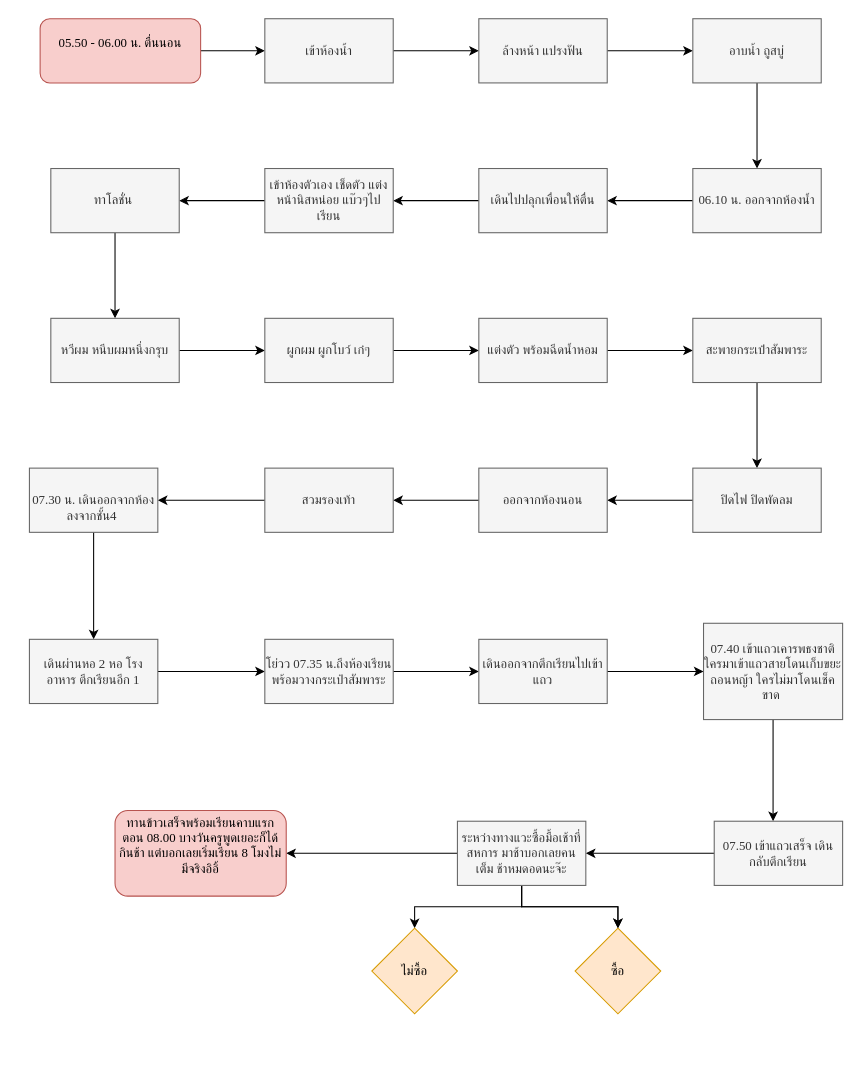
Earlier version of the draw.io diagram Untitled Diagram.drawio (porzsche/suchanan-porsche). Source tidied: cells renumbered, new cells numbered last; positions are measured from the earlier drawing's top-left corner, leaving out a move shared by most shapes. Both pictures are drawn from the tidied source at 107%, with x=0, y=0 at pixel (29, 18).
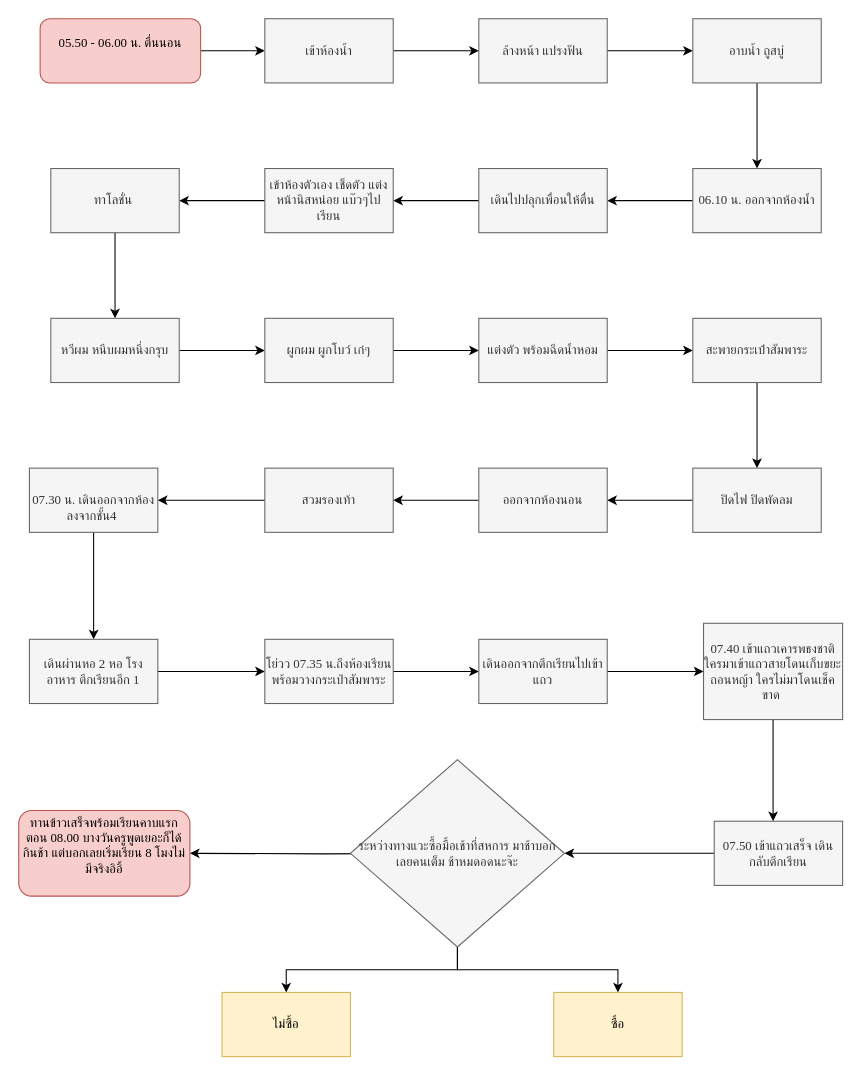
After the change.

Unchanged cells that the change refers to:
```xml
<mxCell id="43" value="07.50 เข้าแถวเสร็จ เดินกลับตึกเรียน" style="whiteSpace=wrap;html=1;rounded=0;fontFamily=Garamond;fillColor=#f5f5f5;fontColor=#333333;strokeColor=#666666;" parent="1" vertex="1">
  <mxGeometry x="640" y="750" width="120" height="60" as="geometry" />
</mxCell>
```

What changed in the source:
```diff
@@
-    <mxCell id="42" style="edgeStyle=orthogonalEdgeStyle;rounded=0;jettySize=auto;html=1;fontFamily=Garamond;fontSize=12;" parent="1" edge="1" source="43" target="48">
+    <mxCell id="42" style="edgeStyle=orthogonalEdgeStyle;rounded=0;jettySize=auto;html=1;" parent="1" edge="1" source="43" target="48">
       <mxGeometry relative="1" as="geometry" />
     </mxCell>
@@
-    <mxCell id="44" style="edgeStyle=orthogonalEdgeStyle;rounded=0;jettySize=auto;html=1;fontFamily=Garamond;fontSize=12;" parent="1" edge="1" source="48" target="49">
-      <mxGeometry relative="1" as="geometry" />
+    <mxCell id="44" style="edgeStyle=orthogonalEdgeStyle;rounded=0;jettySize=auto;html=1;fontFamily=Garamond;fontSize=12;" parent="1" edge="1" target="49">
+      <mxGeometry relative="1" as="geometry">
+        <mxPoint x="400" y="780" as="sourcePoint" />
+      </mxGeometry>
     </mxCell>
-    <mxCell id="45" style="edgeStyle=orthogonalEdgeStyle;rounded=0;jettySize=auto;html=1;fontFamily=Garamond;" parent="1" edge="1" source="48" target="50">
-      <mxGeometry relative="1" as="geometry" />
-    </mxCell>
-    <mxCell id="46" style="edgeStyle=orthogonalEdgeStyle;rounded=0;jettySize=auto;html=1;fontFamily=Garamond;" parent="1" edge="1" source="48" target="50">
-      <mxGeometry relative="1" as="geometry" />
-    </mxCell>
+    <mxCell id="49" value="&lt;p&gt;ทานข้าวเสร็จพร้อมเรียนคาบแรกตอน 08.00 บางวันครูพูดเยอะก็ได้กินช้า แต่บอกเลยเริ่มเรียน 8 โมงไม่มีจริงอิอิ้&lt;/p&gt;&lt;div&gt;&lt;br&gt;&lt;/div&gt;" style="rounded=1;whiteSpace=wrap;html=1;fontFamily=Garamond;fontSize=12;fillColor=#f8cecc;strokeColor=#b85450;" parent="1" vertex="1">
+      <mxGeometry x="-10" y="740" width="160" height="80" as="geometry" />
+    </mxCell>
+    <mxCell id="52" style="edgeStyle=orthogonalEdgeStyle;rounded=0;jettySize=auto;html=1;" parent="1" edge="1" source="48" target="50">
+      <mxGeometry relative="1" as="geometry" />
+    </mxCell>
-    <mxCell id="47" style="edgeStyle=orthogonalEdgeStyle;rounded=0;jettySize=auto;html=1;fontFamily=Garamond;" parent="1" edge="1" source="48" target="51">
+    <mxCell id="47" style="edgeStyle=orthogonalEdgeStyle;rounded=0;jettySize=auto;html=1;" parent="1" edge="1" source="48" target="51">
       <mxGeometry relative="1" as="geometry" />
     </mxCell>
-    <mxCell id="48" value="ระหว่างทางแวะซื้อมื้อเช้าที่สหการ มาช้าบอกเลยคนเต็ม ช้าหมดอดนะจ๊ะ" style="whiteSpace=wrap;html=1;rounded=0;fontFamily=Garamond;fillColor=#f5f5f5;fontColor=#333333;strokeColor=#666666;" parent="1" vertex="1">
-      <mxGeometry x="400" y="750" width="120" height="60" as="geometry" />
+    <mxCell id="48" value="ระหว่างทางแวะซื้อมื้อเช้าที่สหการ มาช้าบอกเลยคนเต็ม ช้าหมดอดนะจ๊ะ" style="rhombus;whiteSpace=wrap;html=1;fontFamily=Garamond;fillColor=#f5f5f5;strokeColor=#666666;fontColor=#333333;rounded=0;" parent="1" vertex="1">
+      <mxGeometry x="300" y="692.5" width="200" height="175" as="geometry" />
     </mxCell>
-    <mxCell id="49" value="&lt;p&gt;ทานข้าวเสร็จพร้อมเรียนคาบแรกตอน 08.00 บางวันครูพูดเยอะก็ได้กินช้า แต่บอกเลยเริ่มเรียน 8 โมงไม่มีจริงอิอิ้&lt;/p&gt;&lt;div&gt;&lt;br&gt;&lt;/div&gt;" style="rounded=1;whiteSpace=wrap;html=1;fontFamily=Garamond;fontSize=12;fillColor=#f8cecc;strokeColor=#b85450;" parent="1" vertex="1">
-      <mxGeometry x="80" y="740" width="160" height="80" as="geometry" />
-    </mxCell>
-    <mxCell id="50" value="ซื้อ" style="rhombus;whiteSpace=wrap;html=1;fontFamily=Garamond;rounded=0;fillColor=#ffe6cc;strokeColor=#d79b00;" parent="1" vertex="1">
-      <mxGeometry x="510" y="850" width="80" height="80" as="geometry" />
+    <mxCell id="50" value="ซื้อ" style="whiteSpace=wrap;html=1;fontFamily=Garamond;fillColor=#fff2cc;strokeColor=#d6b656;rounded=0;" parent="1" vertex="1">
+      <mxGeometry x="490" y="910" width="120" height="60" as="geometry" />
     </mxCell>
-    <mxCell id="51" value="ไม่ซื้อ" style="rhombus;whiteSpace=wrap;html=1;fontFamily=Garamond;rounded=0;fillColor=#ffe6cc;strokeColor=#d79b00;" parent="1" vertex="1">
-      <mxGeometry x="320" y="850" width="80" height="80" as="geometry" />
+    <mxCell id="51" value="ไม่ซื้อ" style="whiteSpace=wrap;html=1;fontFamily=Garamond;fillColor=#fff2cc;strokeColor=#d6b656;rounded=0;" parent="1" vertex="1">
+      <mxGeometry x="180" y="910" width="120" height="60" as="geometry" />
     </mxCell>
```
